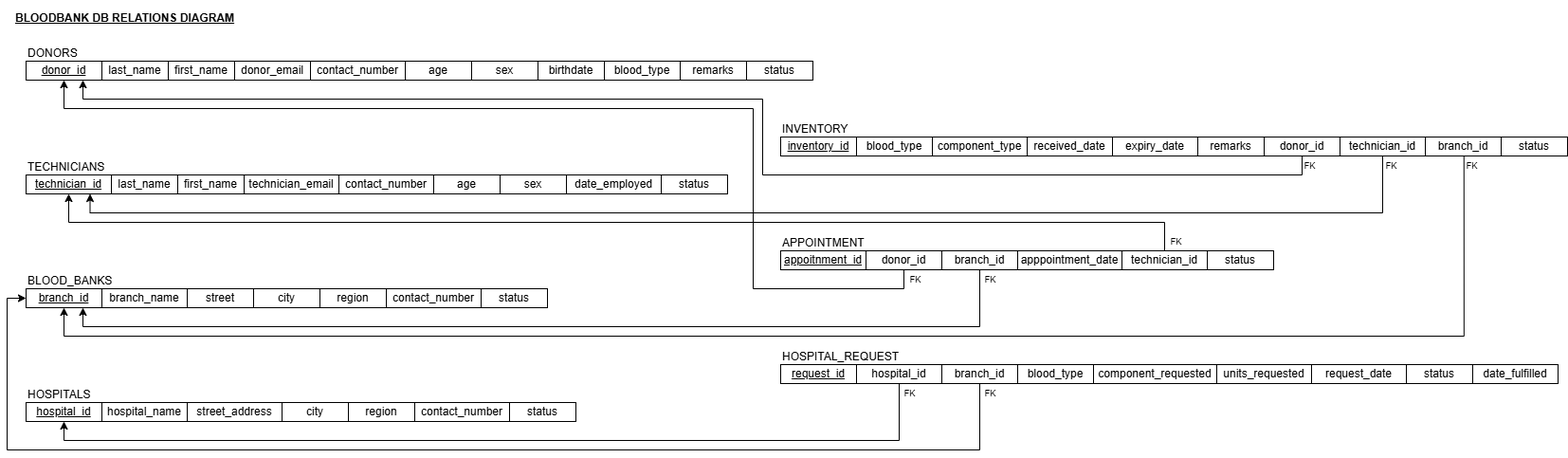
The draw.io diagram Diagrams/Relations Diagram Image.png in florence-png/CCINFOM-S17-05, before a commit. Source tidied: cells renumbered, new cells last; positions are measured from the earlier drawing's top-left corner, leaving out a move shared by most shapes.
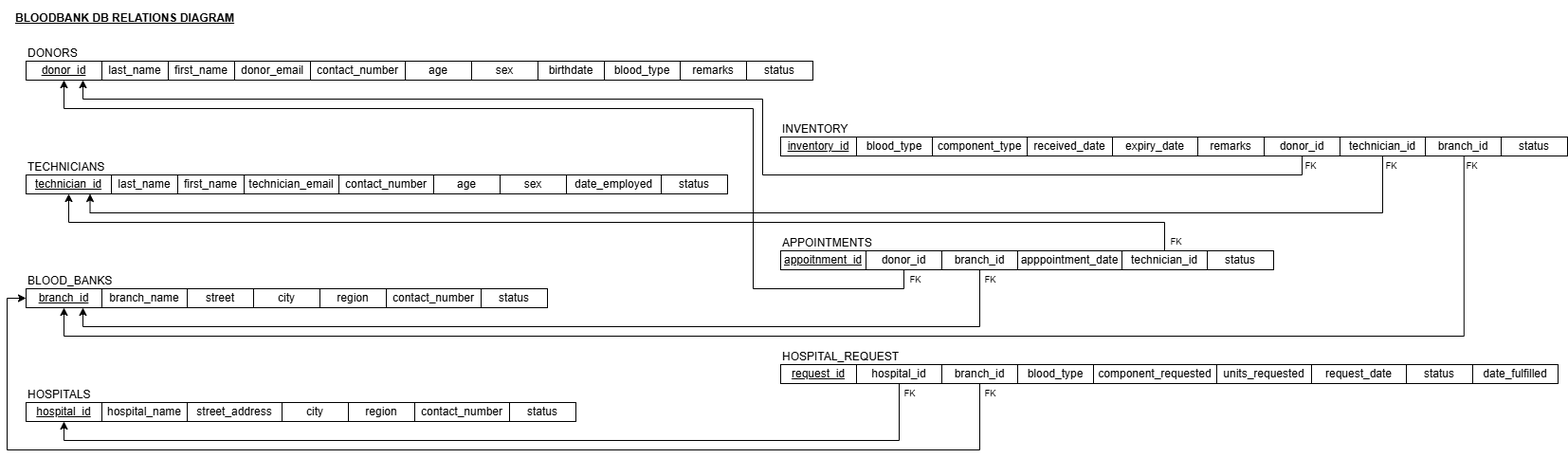
After the change.

Diff of the diagram source:
```diff
@@ -179,7 +179,7 @@
     <mxCell id="56" value="region" style="rounded=0;whiteSpace=wrap;html=1;" parent="1" vertex="1">
       <mxGeometry x="330" y="300" width="70" height="20" as="geometry" />
     </mxCell>
-    <mxCell id="57" value="&lt;p&gt;&lt;span style=&quot;&quot;&gt;APPOINTMENT&lt;/span&gt;&lt;/p&gt;" style="text;html=1;whiteSpace=wrap;strokeColor=none;fillColor=none;align=left;verticalAlign=middle;rounded=0;" parent="1" vertex="1">
+    <mxCell id="57" value="&lt;p&gt;&lt;span style=&quot;&quot;&gt;APPOINTMENTS&lt;/span&gt;&lt;/p&gt;" style="text;html=1;whiteSpace=wrap;strokeColor=none;fillColor=none;align=left;verticalAlign=middle;rounded=0;" parent="1" vertex="1">
       <mxGeometry x="816" y="237" width="100" height="30" as="geometry" />
     </mxCell>
     <mxCell id="58" style="edgeStyle=orthogonalEdgeStyle;rounded=0;jettySize=auto;html=1;exitX=0.5;exitY=1;exitDx=0;exitDy=0;entryX=0.75;entryY=1;entryDx=0;entryDy=0;" parent="1" edge="1" source="59" target="20">
```
